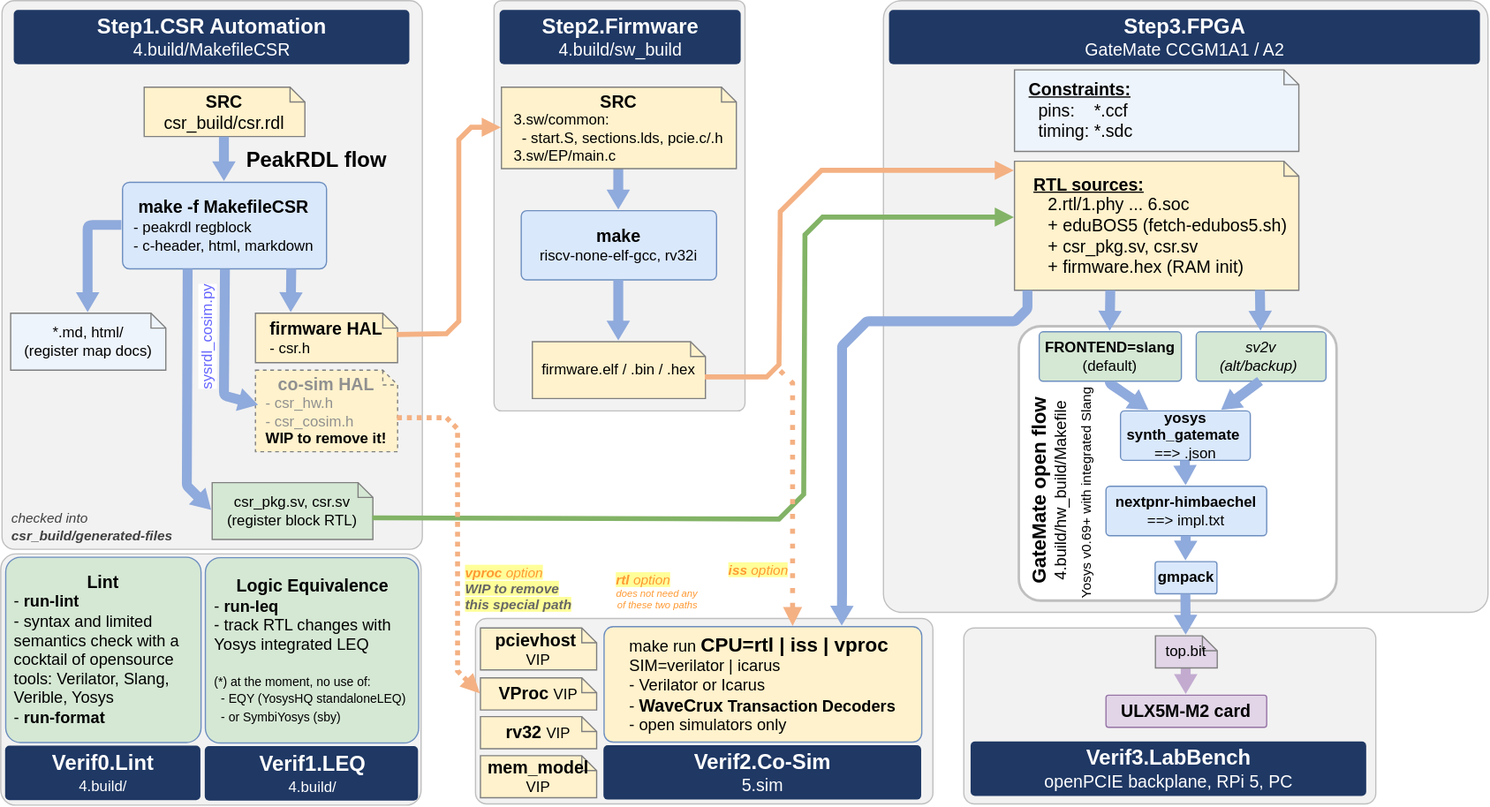
This is 0.doc/4.build/build-flow.drawio.svg from chili-chips-ba/openCologne-PCIE, a draw.io export, as it was before one commit. Source tidied: cells renumbered, new cells last; positions are measured from the earlier drawing's top-left corner, leaving out a move shared by most shapes.
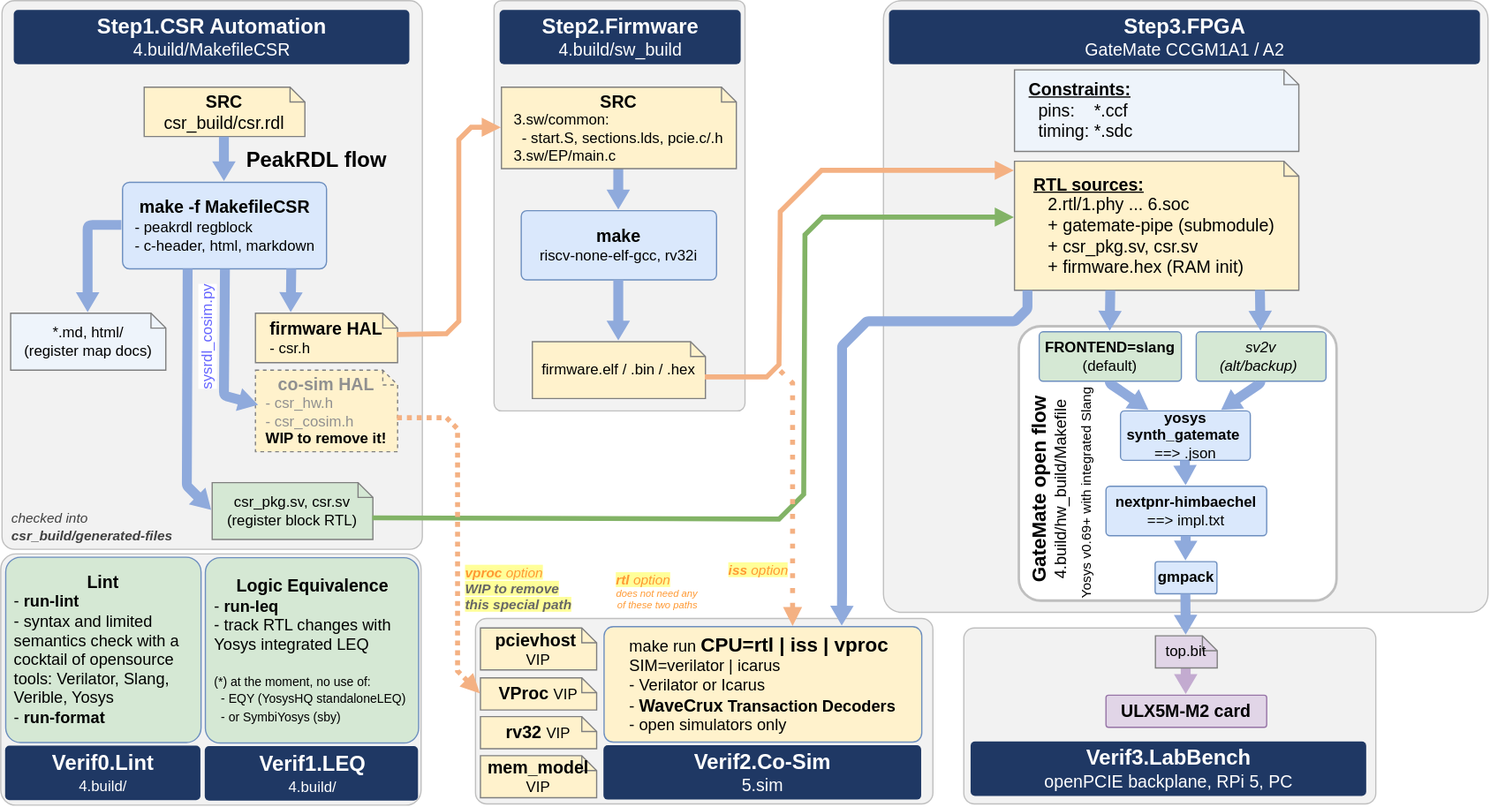
Above is the later version.

The edit, as a diff of the source:
```diff
@@ -76,7 +76,7 @@
     <mxCell id="22" value="&lt;b style=&quot;font-size:17px&quot;&gt;Step3.FPGA&lt;/b&gt;&lt;br&gt;&lt;font style=&quot;font-size: 14px;&quot;&gt;GateMate CCGM1A1 / A2&lt;/font&gt;" style="rounded=1;whiteSpace=wrap;html=1;arcSize=8;fillColor=#1f3864;strokeColor=none;fontColor=#ffffff;fontSize=13;fontStyle=0;align=center;verticalAlign=middle;spacingLeft=6;spacingRight=6;" parent="1" vertex="1">
       <mxGeometry x="719" y="8" width="478" height="44" as="geometry" />
     </mxCell>
-    <mxCell id="23" value="&lt;div style=&quot;&quot;&gt;&lt;b style=&quot;background-color: transparent; color: light-dark(rgb(0, 0, 0), rgb(237, 237, 237));&quot;&gt;&lt;font style=&quot;font-size: 14px;&quot;&gt;&amp;nbsp; &lt;u&gt;RTL sources:&lt;/u&gt;&lt;/font&gt;&lt;/b&gt;&lt;/div&gt;&lt;div style=&quot;&quot;&gt;&lt;span style=&quot;background-color: transparent; color: light-dark(rgb(0, 0, 0), rgb(237, 237, 237));&quot;&gt;&lt;font style=&quot;font-size: 14px;&quot;&gt;&lt;b&gt;&amp;nbsp;&lt;/b&gt; &amp;nbsp; &amp;nbsp;2.rtl/1.phy ... 6.soc&lt;/font&gt;&lt;/span&gt;&lt;/div&gt;&lt;font style=&quot;font-size: 14px;&quot;&gt;&amp;nbsp; &amp;nbsp; &amp;nbsp;+ eduBOS5 (fetch-edubos5.sh)&lt;br&gt;&amp;nbsp; &amp;nbsp; &amp;nbsp;+ csr_pkg.sv, csr.sv&lt;br&gt;&amp;nbsp; &amp;nbsp; &amp;nbsp;+ firmware.hex (RAM init)&lt;/font&gt;" style="rounded=0;whiteSpace=wrap;html=1;arcSize=8;fillColor=#fff2cc;strokeColor=#7f7f7f;fontColor=#000000;fontSize=12;fontStyle=0;align=left;verticalAlign=middle;spacingLeft=6;spacingRight=6;shape=note;size=12;points=[[0,0,0,109,0],[0,0,0,218,0],[0,0,0,224,6],[0,0,0,230,12],[0,0,0,230,46],[0,0.075,0,0,0],[0,0.4375,0,0,0],[0.047826,1,0,0,0],[0.33913,1,0,0,0],[0.5,0,0,0,0],[0.865217,0.996359,0,0,0]];" parent="1" vertex="1">
+    <mxCell id="23" value="&lt;div style=&quot;&quot;&gt;&lt;b style=&quot;background-color: transparent; color: light-dark(rgb(0, 0, 0), rgb(237, 237, 237));&quot;&gt;&lt;font style=&quot;font-size: 14px;&quot;&gt;&amp;nbsp; &lt;u&gt;RTL sources:&lt;/u&gt;&lt;/font&gt;&lt;/b&gt;&lt;/div&gt;&lt;div style=&quot;&quot;&gt;&lt;span style=&quot;background-color: transparent; color: light-dark(rgb(0, 0, 0), rgb(237, 237, 237));&quot;&gt;&lt;font style=&quot;font-size: 14px;&quot;&gt;&lt;b&gt;&amp;nbsp;&lt;/b&gt; &amp;nbsp; &amp;nbsp;2.rtl/1.phy ... 6.soc&lt;/font&gt;&lt;/span&gt;&lt;/div&gt;&lt;font style=&quot;font-size: 14px;&quot;&gt;&amp;nbsp; &amp;nbsp; &amp;nbsp;+ gatemate-pipe (submodule)&lt;br&gt;&amp;nbsp; &amp;nbsp; &amp;nbsp;+ csr_pkg.sv, csr.sv&lt;br&gt;&amp;nbsp; &amp;nbsp; &amp;nbsp;+ firmware.hex (RAM init)&lt;/font&gt;" style="rounded=0;whiteSpace=wrap;html=1;arcSize=8;fillColor=#fff2cc;strokeColor=#7f7f7f;fontColor=#000000;fontSize=12;fontStyle=0;align=left;verticalAlign=middle;spacingLeft=6;spacingRight=6;shape=note;size=12;points=[[0,0,0,109,0],[0,0,0,218,0],[0,0,0,224,6],[0,0,0,230,12],[0,0,0,230,46],[0,0.075,0,0,0],[0,0.4375,0,0,0],[0.047826,1,0,0,0],[0.33913,1,0,0,0],[0.5,0,0,0,0],[0.865217,0.996359,0,0,0]];" parent="1" vertex="1">
       <mxGeometry x="820" y="130" width="230" height="104.4" as="geometry" />
     </mxCell>
     <mxCell id="24" value="&lt;b&gt;&lt;font style=&quot;font-size: 14px;&quot;&gt;&amp;nbsp;&lt;u&gt;Constraints:&lt;/u&gt;&lt;/font&gt;&lt;/b&gt;&lt;div&gt;&lt;font style=&quot;font-size: 14px;&quot;&gt;&lt;span style=&quot;background-color: transparent; color: light-dark(rgb(0, 0, 0), rgb(237, 237, 237));&quot;&gt;&amp;nbsp; &amp;nbsp;&lt;/span&gt;&lt;span style=&quot;background-color: transparent;&quot;&gt;pins:&amp;nbsp; &amp;nbsp; *.ccf&lt;/span&gt;&lt;/font&gt;&lt;/div&gt;&lt;div&gt;&lt;div&gt;&lt;font style=&quot;font-size: 14px;&quot;&gt;&amp;nbsp; &amp;nbsp;timing:&amp;nbsp;&lt;/font&gt;&lt;font style=&quot;background-color: transparent; color: light-dark(rgb(0, 0, 0), rgb(237, 237, 237)); font-size: 14px;&quot;&gt;*.sdc&lt;/font&gt;&lt;span style=&quot;background-color: transparent; color: light-dark(rgb(0, 0, 0), rgb(237, 237, 237));&quot;&gt;&amp;nbsp;&lt;/span&gt;&lt;/div&gt;&lt;/div&gt;" style="rounded=0;whiteSpace=wrap;html=1;arcSize=8;fillColor=#eef4fb;strokeColor=#7f7f7f;fontColor=#000000;fontSize=12;fontStyle=0;align=left;verticalAlign=middle;spacingLeft=6;spacingRight=6;shape=note;size=12;" parent="1" vertex="1">
```
